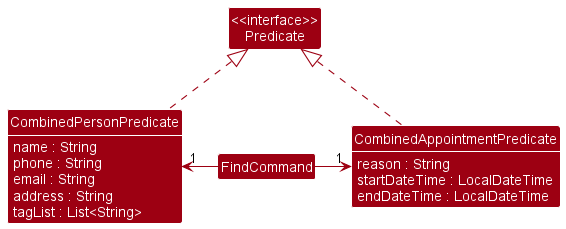
Above: docs/images/FindClassDiagram.png in nus-cs2103-AY2223S1/tp (PlantUML), before the change. Source of this version:
```plantuml
@startuml
!include style.puml
skinparam arrowThickness 1.1
skinparam arrowColor MODEL_COLOR
skinparam classBackgroundColor MODEL_COLOR

Class "<<interface>>\nPredicate" as Predicate

CombinedPersonPredicate .up.|> Predicate
CombinedAppointmentPredicate .up.|> Predicate

FindCommand -left-> "1" CombinedPersonPredicate
FindCommand -right-> "1" CombinedAppointmentPredicate

show CombinedPersonPredicate fields
class CombinedPersonPredicate {
    name : String
    phone : String
    email : String
    address : String
    tagList : List<String>
}

show CombinedAppointmentPredicate fields
class CombinedAppointmentPredicate {
    reason : String
    startDateTime : LocalDateTime
    endDateTime : LocalDateTime
}
@enduml
```
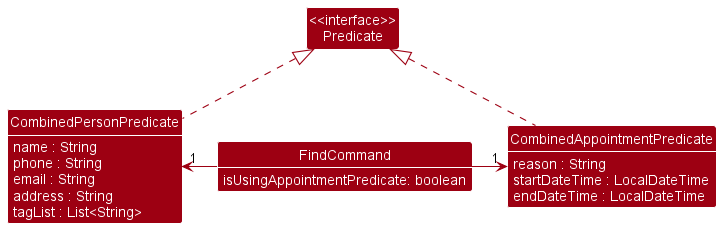
After the commit.

Commit message:
Enhance DG for find, improve heading consistency

What changed in the source:
```diff
@@ -6,11 +6,10 @@
 
 Class "<<interface>>\nPredicate" as Predicate
 
-CombinedPersonPredicate .up.|> Predicate
-CombinedAppointmentPredicate .up.|> Predicate
-
-FindCommand -left-> "1" CombinedPersonPredicate
-FindCommand -right-> "1" CombinedAppointmentPredicate
+show FindCommand fields
+class FindCommand {
+    isUsingAppointmentPredicate: boolean
+}
 
 show CombinedPersonPredicate fields
 class CombinedPersonPredicate {
@@ -27,4 +26,10 @@
     startDateTime : LocalDateTime
     endDateTime : LocalDateTime
 }
+
+CombinedPersonPredicate .up.|> Predicate
+CombinedAppointmentPredicate .up.|> Predicate
+
+FindCommand -left-> "1" CombinedPersonPredicate
+FindCommand -right-> "1" CombinedAppointmentPredicate
 @enduml
```
